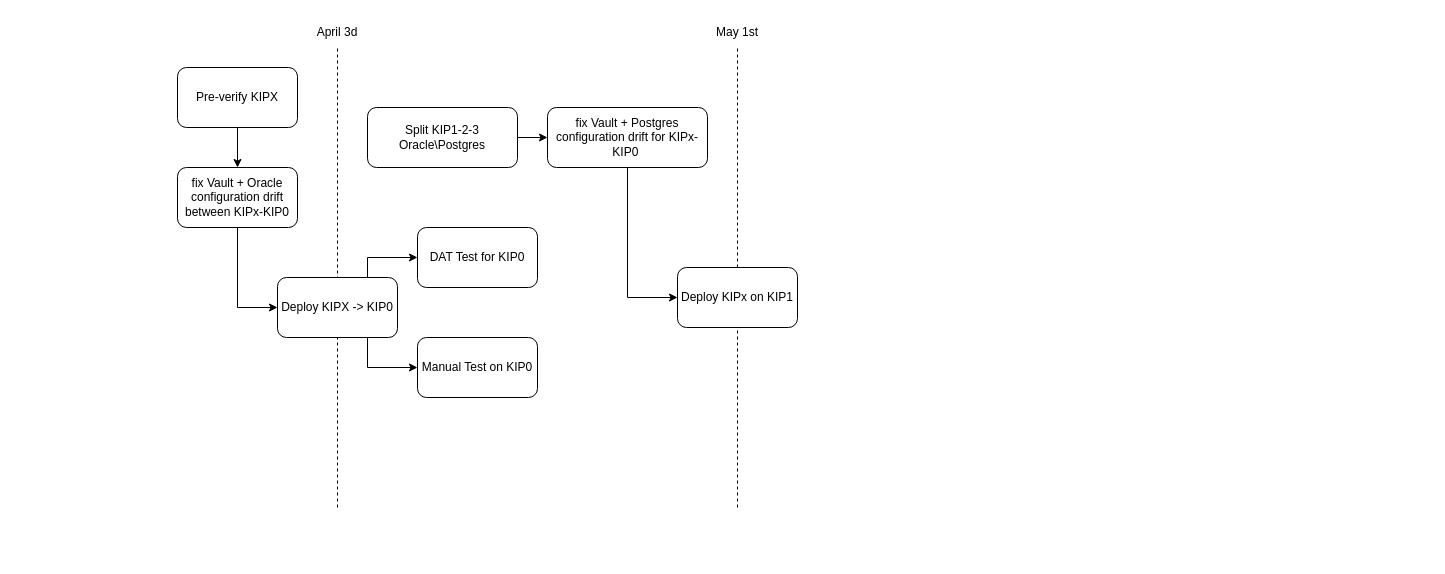
Before: Untitled Diagram.drawio in SergeyDz/draw.io, a draw.io diagram. Source tidied: cells renumbered, new cells numbered last; positions are measured from the earlier drawing's top-left corner, leaving out a move shared by most shapes. Both pictures are drawn from the tidied source at 100%, with x=0, y=0 at pixel (177, 17).
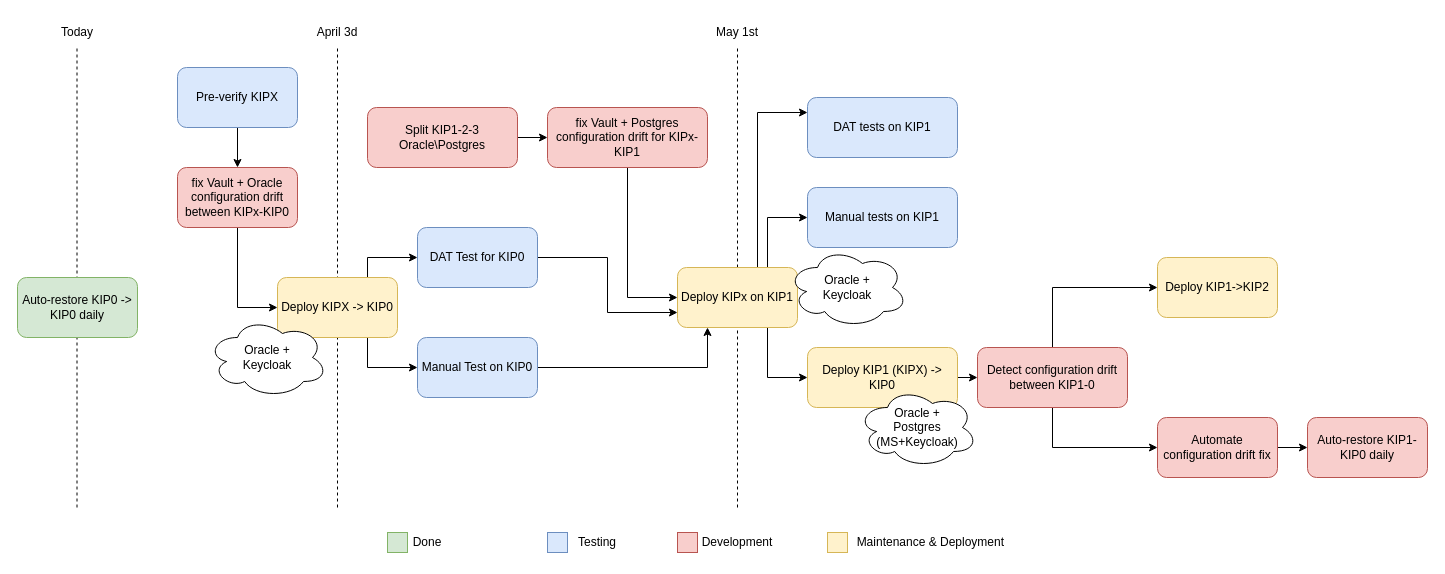
Above is the later version.

Change to the diagram source:
```diff
@@
-    <mxCell id="5" value="fix Vault + Oracle configuration drift between KIPx-KIP0" style="rounded=1;whiteSpace=wrap;html=1;" parent="1" vertex="1">
+    <mxCell id="5" value="fix Vault + Oracle configuration drift between KIPx-KIP0" style="rounded=1;whiteSpace=wrap;html=1;fillColor=#f8cecc;strokeColor=#b85450;" parent="1" vertex="1">
       <mxGeometry y="150" width="120" height="60" as="geometry" />
     </mxCell>
@@
-    <mxCell id="7" value="Pre-verify KIPX" style="rounded=1;whiteSpace=wrap;html=1;" parent="1" vertex="1">
+    <mxCell id="7" value="Pre-verify KIPX" style="rounded=1;whiteSpace=wrap;html=1;fillColor=#dae8fc;strokeColor=#6c8ebf;" parent="1" vertex="1">
       <mxGeometry y="50" width="120" height="60" as="geometry" />
     </mxCell>
@@
-    <mxCell id="10" value="Deploy KIPX -&amp;gt; KIP0" style="rounded=1;whiteSpace=wrap;html=1;" parent="1" vertex="1">
+    <mxCell id="10" value="Deploy KIPX -&amp;gt; KIP0" style="rounded=1;whiteSpace=wrap;html=1;fillColor=#fff2cc;strokeColor=#d6b656;" parent="1" vertex="1">
       <mxGeometry x="100" y="260" width="120" height="60" as="geometry" />
     </mxCell>
@@
+    <mxCell id="20" style="edgeStyle=orthogonalEdgeStyle;rounded=0;jettySize=auto;html=1;exitX=1;exitY=0.5;exitDx=0;exitDy=0;entryX=0;entryY=0.75;entryDx=0;entryDy=0;" parent="1" edge="1" source="13" target="19">
+      <mxGeometry relative="1" as="geometry" />
+    </mxCell>
-    <mxCell id="13" value="DAT Test for KIP0" style="rounded=1;whiteSpace=wrap;html=1;" parent="1" vertex="1">
+    <mxCell id="13" value="DAT Test for KIP0" style="rounded=1;whiteSpace=wrap;html=1;fillColor=#dae8fc;strokeColor=#6c8ebf;" parent="1" vertex="1">
       <mxGeometry x="240" y="210" width="120" height="60" as="geometry" />
     </mxCell>
+    <mxCell id="21" style="edgeStyle=orthogonalEdgeStyle;rounded=0;jettySize=auto;html=1;exitX=1;exitY=0.5;exitDx=0;exitDy=0;entryX=0.25;entryY=1;entryDx=0;entryDy=0;" parent="1" edge="1" source="14" target="19">
+      <mxGeometry relative="1" as="geometry" />
+    </mxCell>
-    <mxCell id="14" value="Manual Test on KIP0" style="rounded=1;whiteSpace=wrap;html=1;" parent="1" vertex="1">
+    <mxCell id="14" value="Manual Test on KIP0" style="rounded=1;whiteSpace=wrap;html=1;fillColor=#dae8fc;strokeColor=#6c8ebf;" parent="1" vertex="1">
       <mxGeometry x="240" y="320" width="120" height="60" as="geometry" />
     </mxCell>
@@
-    <mxCell id="16" value="Split KIP1-2-3 Oracle\Postgres" style="rounded=1;whiteSpace=wrap;html=1;" parent="1" vertex="1">
+    <mxCell id="16" value="Split KIP1-2-3 Oracle\Postgres" style="rounded=1;whiteSpace=wrap;html=1;fillColor=#f8cecc;strokeColor=#b85450;" parent="1" vertex="1">
       <mxGeometry x="190" y="90" width="150" height="60" as="geometry" />
     </mxCell>
@@
-    <mxCell id="18" value="fix Vault + Postgres configuration drift for KIPx-KIP0&amp;nbsp;" style="rounded=1;whiteSpace=wrap;html=1;" parent="1" vertex="1">
+    <mxCell id="18" value="fix Vault + Postgres configuration drift for KIPx-KIP1" style="rounded=1;whiteSpace=wrap;html=1;fillColor=#f8cecc;strokeColor=#b85450;" parent="1" vertex="1">
       <mxGeometry x="370" y="90" width="160" height="60" as="geometry" />
     </mxCell>
+    <mxCell id="22" style="edgeStyle=orthogonalEdgeStyle;rounded=0;jettySize=auto;html=1;exitX=0.75;exitY=0;exitDx=0;exitDy=0;entryX=0;entryY=0.25;entryDx=0;entryDy=0;" parent="1" edge="1" source="19" target="25">
+      <mxGeometry relative="1" as="geometry">
+        <Array as="points">
+          <mxPoint x="580" y="250" />
+          <mxPoint x="580" y="95" />
+        </Array>
+      </mxGeometry>
+    </mxCell>
+    <mxCell id="23" style="edgeStyle=orthogonalEdgeStyle;rounded=0;jettySize=auto;html=1;exitX=0.75;exitY=0;exitDx=0;exitDy=0;entryX=0;entryY=0.5;entryDx=0;entryDy=0;" parent="1" edge="1" source="19" target="26">
+      <mxGeometry relative="1" as="geometry" />
+    </mxCell>
+    <mxCell id="24" style="edgeStyle=orthogonalEdgeStyle;rounded=0;jettySize=auto;html=1;exitX=0.75;exitY=1;exitDx=0;exitDy=0;entryX=0;entryY=0.5;entryDx=0;entryDy=0;" parent="1" edge="1" source="19" target="28">
+      <mxGeometry relative="1" as="geometry" />
+    </mxCell>
-    <mxCell id="19" value="Deploy KIPx on KIP1" style="rounded=1;whiteSpace=wrap;html=1;" parent="1" vertex="1">
+    <mxCell id="19" value="Deploy KIPx on KIP1" style="rounded=1;whiteSpace=wrap;html=1;fillColor=#fff2cc;strokeColor=#d6b656;" parent="1" vertex="1">
       <mxGeometry x="500" y="250" width="120" height="60" as="geometry" />
     </mxCell>
+    <mxCell id="25" value="DAT tests on KIP1" style="rounded=1;whiteSpace=wrap;html=1;fillColor=#dae8fc;strokeColor=#6c8ebf;" parent="1" vertex="1">
+      <mxGeometry x="630" y="80" width="150" height="60" as="geometry" />
+    </mxCell>
+    <mxCell id="26" value="Manual tests on KIP1" style="rounded=1;whiteSpace=wrap;html=1;fillColor=#dae8fc;strokeColor=#6c8ebf;" parent="1" vertex="1">
+      <mxGeometry x="630" y="170" width="150" height="60" as="geometry" />
+    </mxCell>
+    <mxCell id="27" style="edgeStyle=orthogonalEdgeStyle;rounded=0;jettySize=auto;html=1;exitX=1;exitY=0.5;exitDx=0;exitDy=0;entryX=0;entryY=0.5;entryDx=0;entryDy=0;" parent="1" edge="1" source="28" target="31">
+      <mxGeometry relative="1" as="geometry" />
+    </mxCell>
+    <mxCell id="28" value="Deploy KIP1 (KIPX) -&amp;gt; KIP0" style="rounded=1;whiteSpace=wrap;html=1;fillColor=#fff2cc;strokeColor=#d6b656;" parent="1" vertex="1">
+      <mxGeometry x="630" y="330" width="150" height="60" as="geometry" />
+    </mxCell>
+    <mxCell id="29" style="edgeStyle=orthogonalEdgeStyle;rounded=0;jettySize=auto;html=1;exitX=0.5;exitY=0;exitDx=0;exitDy=0;entryX=0;entryY=0.5;entryDx=0;entryDy=0;" parent="1" edge="1" source="31" target="32">
+      <mxGeometry relative="1" as="geometry" />
+    </mxCell>
+    <mxCell id="30" style="edgeStyle=orthogonalEdgeStyle;rounded=0;jettySize=auto;html=1;exitX=0.5;exitY=1;exitDx=0;exitDy=0;entryX=0;entryY=0.5;entryDx=0;entryDy=0;" parent="1" edge="1" source="31" target="34">
+      <mxGeometry relative="1" as="geometry" />
+    </mxCell>
+    <mxCell id="31" value="Detect configuration drift between KIP1-0" style="rounded=1;whiteSpace=wrap;html=1;fillColor=#f8cecc;strokeColor=#b85450;" parent="1" vertex="1">
+      <mxGeometry x="800" y="330" width="150" height="60" as="geometry" />
+    </mxCell>
+    <mxCell id="32" value="Deploy KIP1-&amp;gt;KIP2" style="rounded=1;whiteSpace=wrap;html=1;fillColor=#fff2cc;strokeColor=#d6b656;" parent="1" vertex="1">
+      <mxGeometry x="980" y="240" width="120" height="60" as="geometry" />
+    </mxCell>
+    <mxCell id="33" style="edgeStyle=orthogonalEdgeStyle;rounded=0;jettySize=auto;html=1;exitX=1;exitY=0.5;exitDx=0;exitDy=0;entryX=0;entryY=0.5;entryDx=0;entryDy=0;" parent="1" edge="1" source="34" target="35">
+      <mxGeometry relative="1" as="geometry" />
+    </mxCell>
+    <mxCell id="34" value="Automate configuration drift fix" style="rounded=1;whiteSpace=wrap;html=1;fillColor=#f8cecc;strokeColor=#b85450;" parent="1" vertex="1">
+      <mxGeometry x="980" y="400" width="120" height="60" as="geometry" />
+    </mxCell>
+    <mxCell id="35" value="Auto-restore KIP1-KIP0 daily" style="rounded=1;whiteSpace=wrap;html=1;fillColor=#f8cecc;strokeColor=#b85450;" parent="1" vertex="1">
+      <mxGeometry x="1130" y="400" width="120" height="60" as="geometry" />
+    </mxCell>
+    <mxCell id="36" style="endArrow=none;dashed=1;html=1;rounded=0;" parent="1" edge="1">
+      <mxGeometry relative="1" as="geometry">
+        <mxPoint x="-100.5" y="490" as="sourcePoint" />
+        <mxPoint x="-100.5" y="30" as="targetPoint" />
+      </mxGeometry>
+    </mxCell>
+    <mxCell id="37" value="Today" style="text;strokeColor=none;align=center;fillColor=none;html=1;verticalAlign=middle;whiteSpace=wrap;rounded=0;" parent="1" vertex="1">
+      <mxGeometry x="-130" width="60" height="30" as="geometry" />
+    </mxCell>
+    <mxCell id="38" value="Auto-restore KIP0 -&amp;gt; KIP0 daily" style="rounded=1;whiteSpace=wrap;html=1;fillColor=#d5e8d4;strokeColor=#82b366;" parent="1" vertex="1">
+      <mxGeometry x="-160" y="260" width="120" height="60" as="geometry" />
+    </mxCell>
+    <mxCell id="39" style="rounded=0;whiteSpace=wrap;html=1;fillColor=#d5e8d4;strokeColor=#82b366;" parent="1" vertex="1">
+      <mxGeometry x="210" y="515" width="20" height="20" as="geometry" />
+    </mxCell>
+    <mxCell id="40" style="rounded=0;whiteSpace=wrap;html=1;fillColor=#dae8fc;strokeColor=#6c8ebf;" parent="1" vertex="1">
+      <mxGeometry x="370" y="515" width="20" height="20" as="geometry" />
+    </mxCell>
+    <mxCell id="41" style="rounded=0;whiteSpace=wrap;html=1;fillColor=#f8cecc;strokeColor=#b85450;" parent="1" vertex="1">
+      <mxGeometry x="500" y="515" width="20" height="20" as="geometry" />
+    </mxCell>
+    <mxCell id="42" style="rounded=0;whiteSpace=wrap;html=1;fillColor=#fff2cc;strokeColor=#d6b656;" parent="1" vertex="1">
+      <mxGeometry x="650" y="515" width="20" height="20" as="geometry" />
+    </mxCell>
+    <mxCell id="43" value="Done" style="text;strokeColor=none;align=center;fillColor=none;html=1;verticalAlign=middle;whiteSpace=wrap;rounded=0;" parent="1" vertex="1">
+      <mxGeometry x="220" y="510" width="60" height="30" as="geometry" />
+    </mxCell>
+    <mxCell id="44" value="Testing" style="text;strokeColor=none;align=center;fillColor=none;html=1;verticalAlign=middle;whiteSpace=wrap;rounded=0;" parent="1" vertex="1">
+      <mxGeometry x="390" y="510" width="60" height="30" as="geometry" />
+    </mxCell>
+    <mxCell id="45" value="Development" style="text;strokeColor=none;align=center;fillColor=none;html=1;verticalAlign=middle;whiteSpace=wrap;rounded=0;" parent="1" vertex="1">
+      <mxGeometry x="530" y="510" width="60" height="30" as="geometry" />
+    </mxCell>
+    <mxCell id="46" value="Maintenance &amp;amp; Deployment&amp;nbsp;" style="text;strokeColor=none;align=center;fillColor=none;html=1;verticalAlign=middle;whiteSpace=wrap;rounded=0;" parent="1" vertex="1">
+      <mxGeometry x="670" y="510" width="170" height="30" as="geometry" />
+    </mxCell>
+    <mxCell id="47" value="Oracle + &lt;br&gt;Keycloak" style="ellipse;shape=cloud;whiteSpace=wrap;html=1;" parent="1" vertex="1">
+      <mxGeometry x="30" y="300" width="120" height="80" as="geometry" />
+    </mxCell>
+    <mxCell id="48" value="Oracle + &lt;br&gt;Keycloak" style="ellipse;shape=cloud;whiteSpace=wrap;html=1;" parent="1" vertex="1">
+      <mxGeometry x="610" y="230" width="120" height="80" as="geometry" />
+    </mxCell>
+    <mxCell id="49" value="Oracle + &lt;br&gt;Postgres (MS+Keycloak)" style="ellipse;shape=cloud;whiteSpace=wrap;html=1;" parent="1" vertex="1">
+      <mxGeometry x="680" y="370" width="120" height="80" as="geometry" />
+    </mxCell>
```
